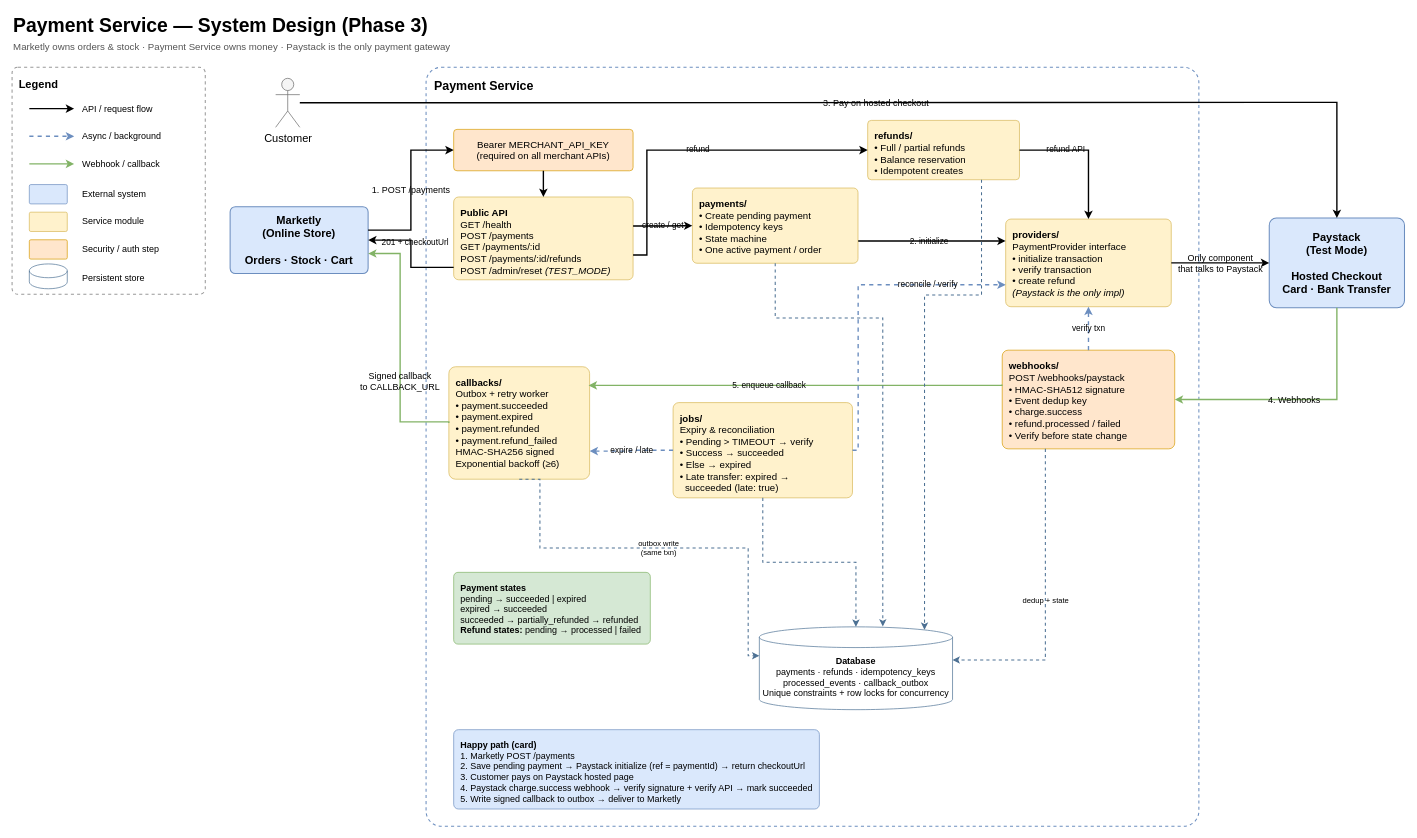
Before: payment-service-architecture.drawio in BUCC-Backend-Team/marketly-payment-service, a draw.io diagram. Source tidied: cells renumbered, new cells numbered last; positions are measured from the earlier drawing's top-left corner, leaving out a move shared by most shapes. Both pictures are drawn from the tidied source at 69%, with x=0, y=0 at pixel (12, 12).
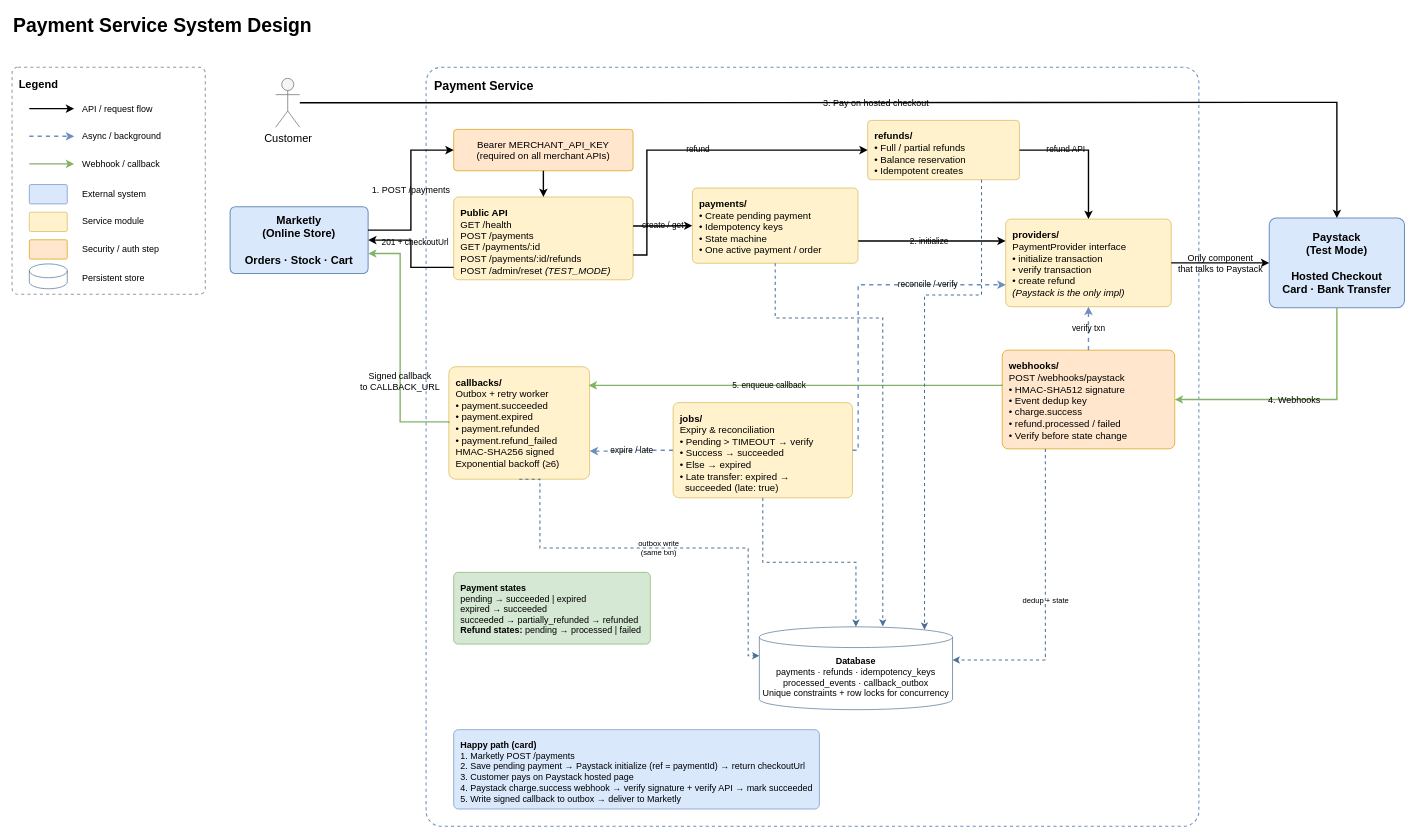
The same diagram, later.

Commit message:
update system architecture

What changed in the source:
```diff
@@
-    <mxCell id="2" value="Payment Service — System Design (Phase 3)" style="text;html=1;align=left;verticalAlign=middle;fontSize=28;fontStyle=1;fontColor=light-dark(#000000,#000000);" parent="1" vertex="1">
+    <mxCell id="2" value="Payment Service System Design" style="text;html=1;align=left;verticalAlign=middle;fontSize=28;fontStyle=1;fontColor=light-dark(#000000,#000000);" parent="1" vertex="1">
       <mxGeometry width="700" height="40" as="geometry" />
     </mxCell>
-    <mxCell id="3" value="Marketly owns orders &amp;amp; stock · Payment Service owns money · Paystack is the only payment gateway" style="text;html=1;align=left;verticalAlign=middle;fontSize=14;fontColor=light-dark(#555555,#555555);" parent="1" vertex="1">
-      <mxGeometry y="35" width="900" height="30" as="geometry" />
-    </mxCell>
```
